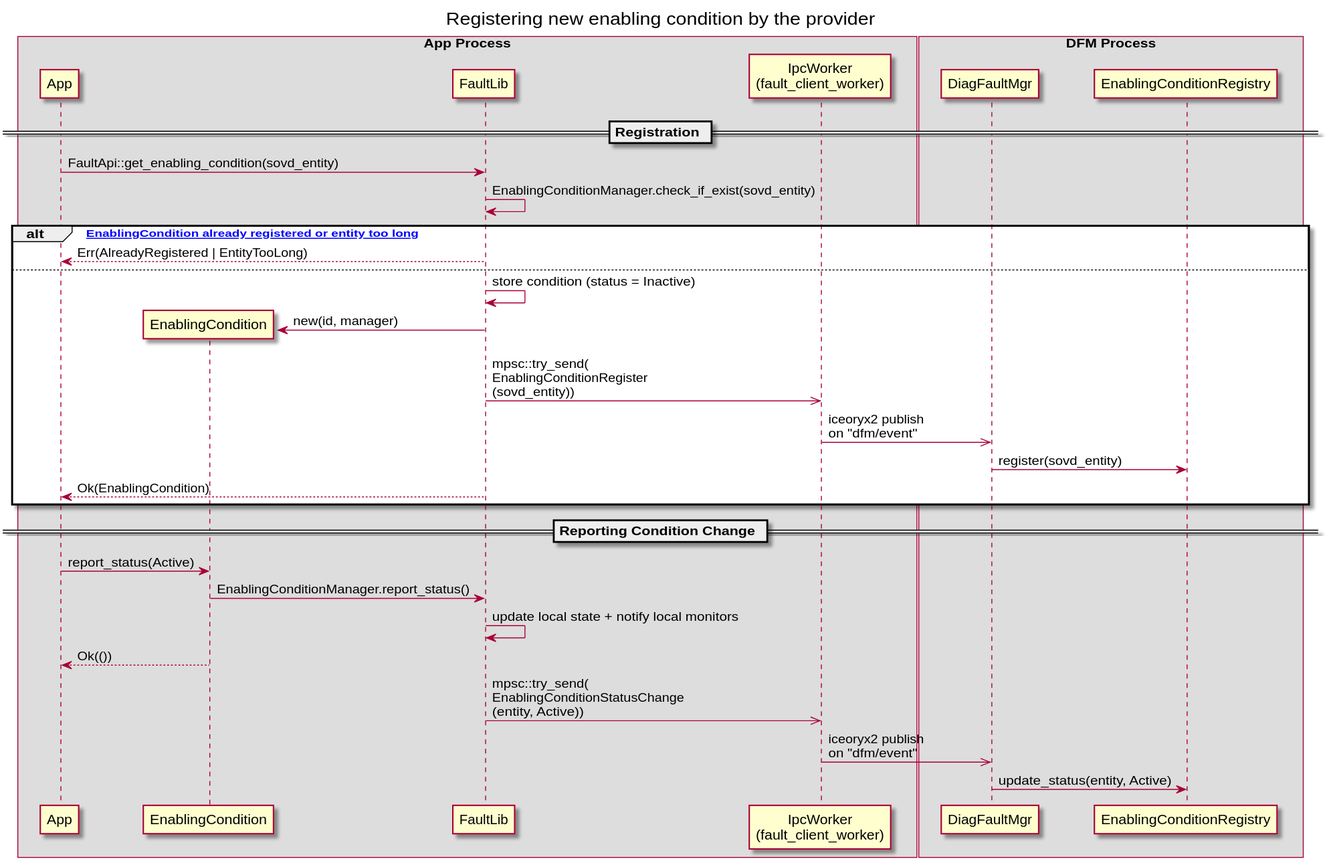
Earlier version of the PlantUML export docs/puml/new_enable_condition.svg (eclipse-opensovd/fault-lib). Its diagram source:
```plantuml
@startuml
title Registering new enabling condition by the provider
skinparam ParticipantPadding 20

box "App Process"
participant App
participant EnablingCondition
participant FaultLib
participant "IpcWorker\n(fault_client_worker)" as IpcWorker
end box
box "DFM Process"
participant DiagFaultMgr
participant EnablingConditionRegistry
end box

== Registration ==

App -> FaultLib : FaultApi::get_enabling_condition(sovd_entity)
FaultLib -> FaultLib : EnablingConditionManager.check_if_exist(sovd_entity)

alt ["EnablingCondition already registered or entity too long"]
    App <-- FaultLib : Err(AlreadyRegistered | EntityTooLong)
else
    FaultLib -> FaultLib : store condition (status = Inactive)
    create EnablingCondition
    EnablingCondition <- FaultLib : new(id, manager)
    FaultLib ->> IpcWorker : mpsc::try_send(\nEnablingConditionRegister\n(sovd_entity))
    IpcWorker ->> DiagFaultMgr : iceoryx2 publish\non "dfm/event"
    DiagFaultMgr -> EnablingConditionRegistry : register(sovd_entity)
    App <-- FaultLib : Ok(EnablingCondition)
end

== Reporting Condition Change ==

App -> EnablingCondition : report_status(Active)
EnablingCondition -> FaultLib : EnablingConditionManager.report_status()
FaultLib -> FaultLib : update local state + notify local monitors
App <-- EnablingCondition : Ok(())
FaultLib ->> IpcWorker : mpsc::try_send(\nEnablingConditionStatusChange\n(entity, Active))
IpcWorker ->> DiagFaultMgr : iceoryx2 publish\non "dfm/event"
DiagFaultMgr -> EnablingConditionRegistry : update_status(entity, Active)

@enduml
```
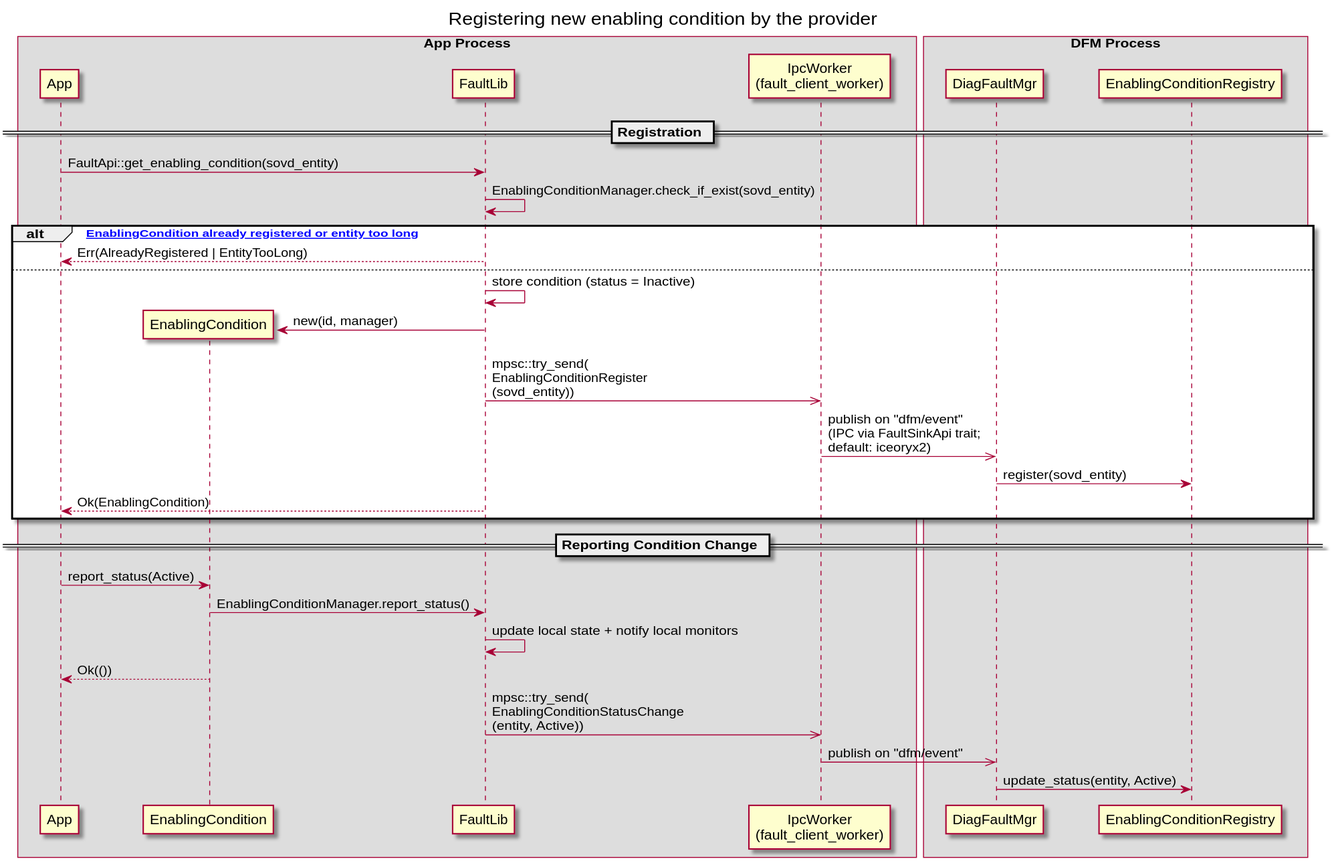
The same file after the commit.

What changed in the source:
```diff
@@ -25,7 +25,7 @@
     create EnablingCondition
     EnablingCondition <- FaultLib : new(id, manager)
     FaultLib ->> IpcWorker : mpsc::try_send(\nEnablingConditionRegister\n(sovd_entity))
-    IpcWorker ->> DiagFaultMgr : iceoryx2 publish\non "dfm/event"
+    IpcWorker ->> DiagFaultMgr : publish on "dfm/event"\n(IPC via FaultSinkApi trait;\ndefault: iceoryx2)
     DiagFaultMgr -> EnablingConditionRegistry : register(sovd_entity)
     App <-- FaultLib : Ok(EnablingCondition)
 end
@@ -37,7 +37,7 @@
 FaultLib -> FaultLib : update local state + notify local monitors
 App <-- EnablingCondition : Ok(())
 FaultLib ->> IpcWorker : mpsc::try_send(\nEnablingConditionStatusChange\n(entity, Active))
-IpcWorker ->> DiagFaultMgr : iceoryx2 publish\non "dfm/event"
+IpcWorker ->> DiagFaultMgr : publish on "dfm/event"
 DiagFaultMgr -> EnablingConditionRegistry : update_status(entity, Active)
 
 @enduml
```
